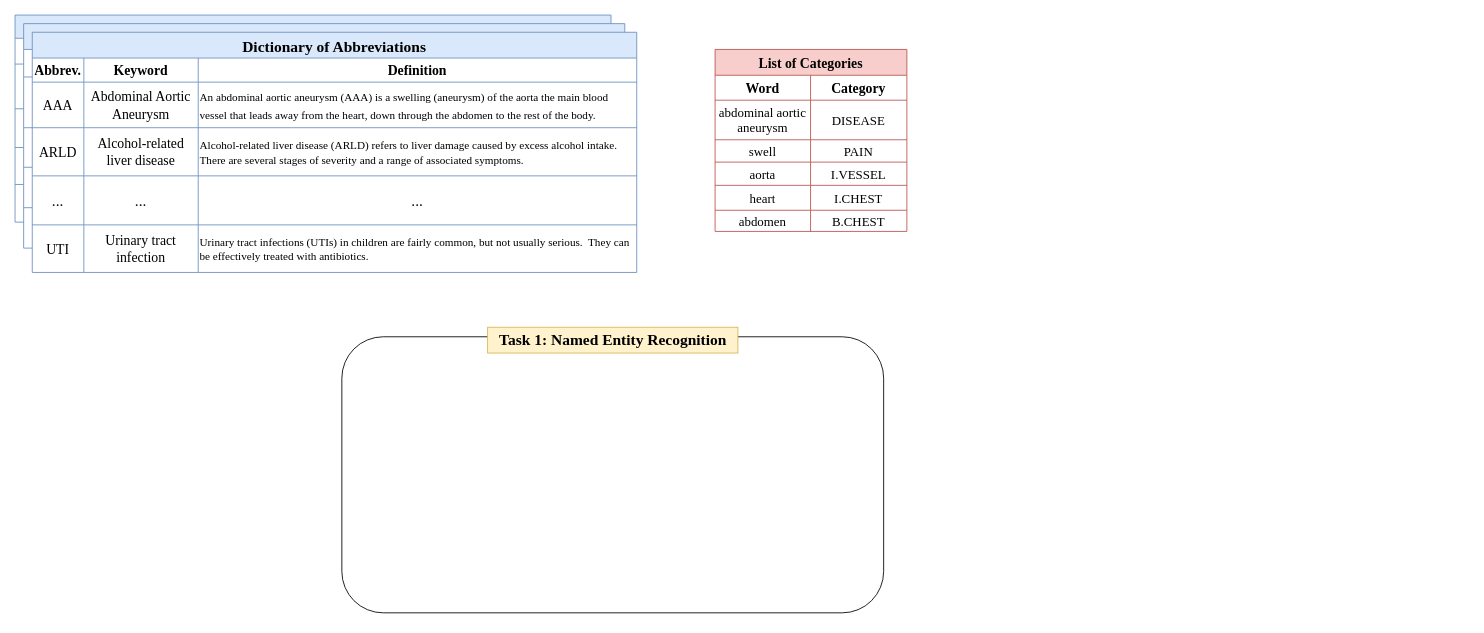
Earlier version of the draw.io diagram Diagram/Diagram.drawio (lurker18/AI-NLP). Source tidied: cells renumbered, new cells numbered last; positions are measured from the earlier drawing's top-left corner, leaving out a move shared by most shapes. Both pictures are drawn from the tidied source at 86%, with x=0, y=0 at pixel (15, 15).
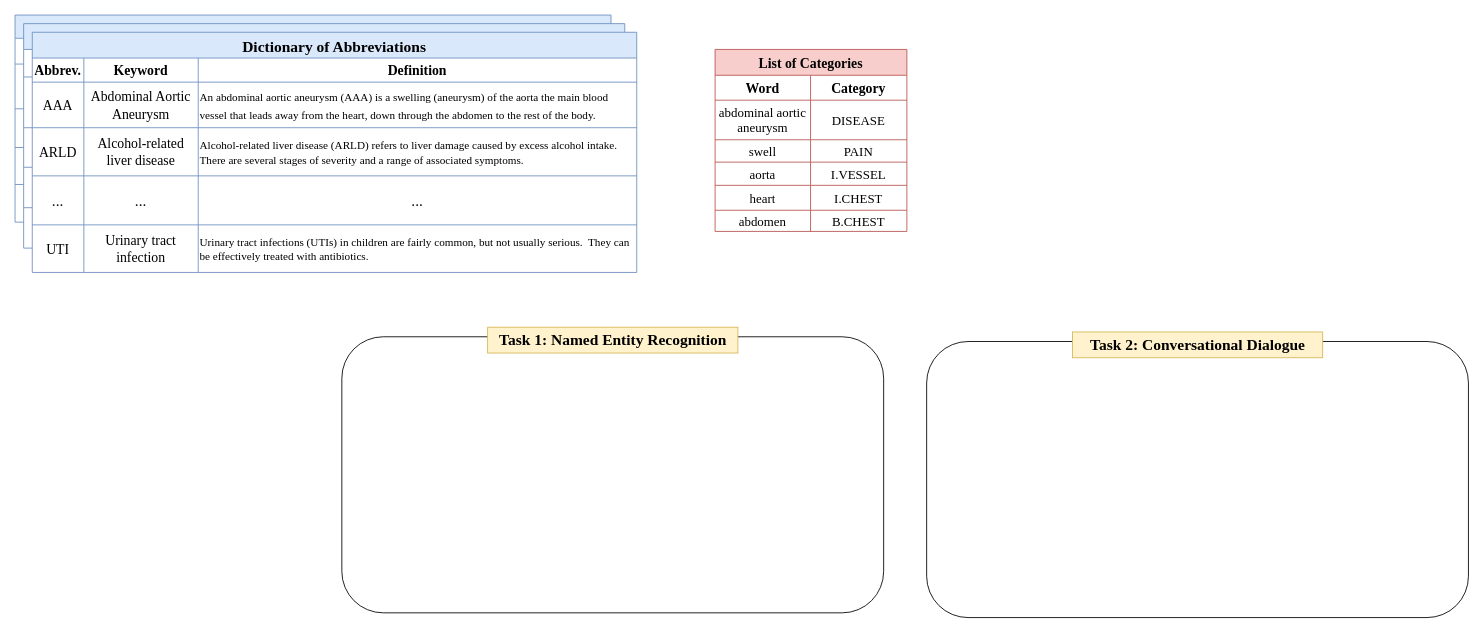
The same diagram, later.

The edit, as a diff of the source:
```diff
@@
+    <mxCell id="86" style="rounded=1;whiteSpace=wrap;html=1;" parent="1" vertex="1">
+      <mxGeometry x="1060" y="379.6" width="630" height="321" as="geometry" />
+    </mxCell>
+    <mxCell id="87" value="&lt;font size=&quot;1&quot; face=&quot;Times New Roman&quot;&gt;&lt;b style=&quot;font-size: 18px;&quot;&gt;Task 2: Conversational Dialogue&lt;/b&gt;&lt;/font&gt;" style="text;html=1;strokeColor=#d6b656;fillColor=#fff2cc;align=center;verticalAlign=middle;whiteSpace=wrap;rounded=0;" parent="1" vertex="1">
+      <mxGeometry x="1229.5" y="368.5" width="291" height="30" as="geometry" />
+    </mxCell>
```
